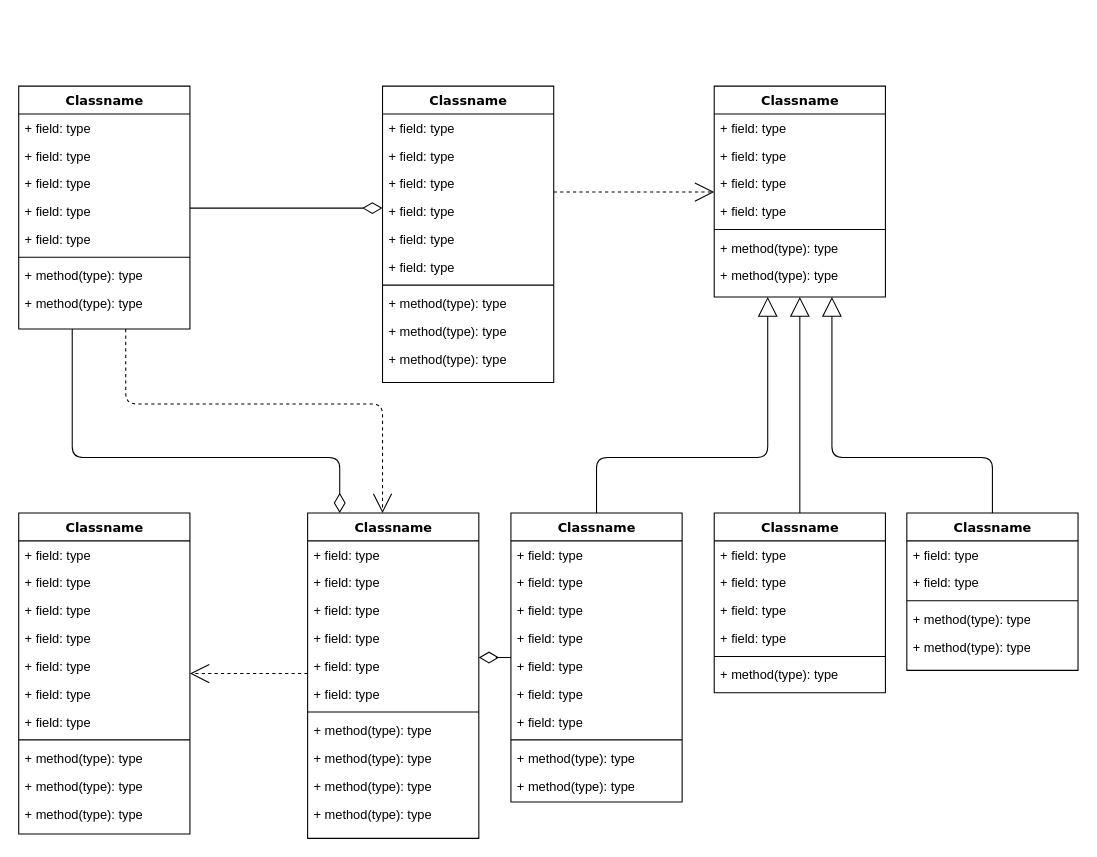
Above: resources/Untitled Diagram.drawio in slametsampon/cmms-oxo (draw.io), before the change. Source tidied: cells renumbered, new cells numbered last; positions are measured from the earlier drawing's top-left corner, leaving out a move shared by most shapes. Both pictures are drawn from the tidied source at 107%, with x=0, y=0 at pixel (18, 86).
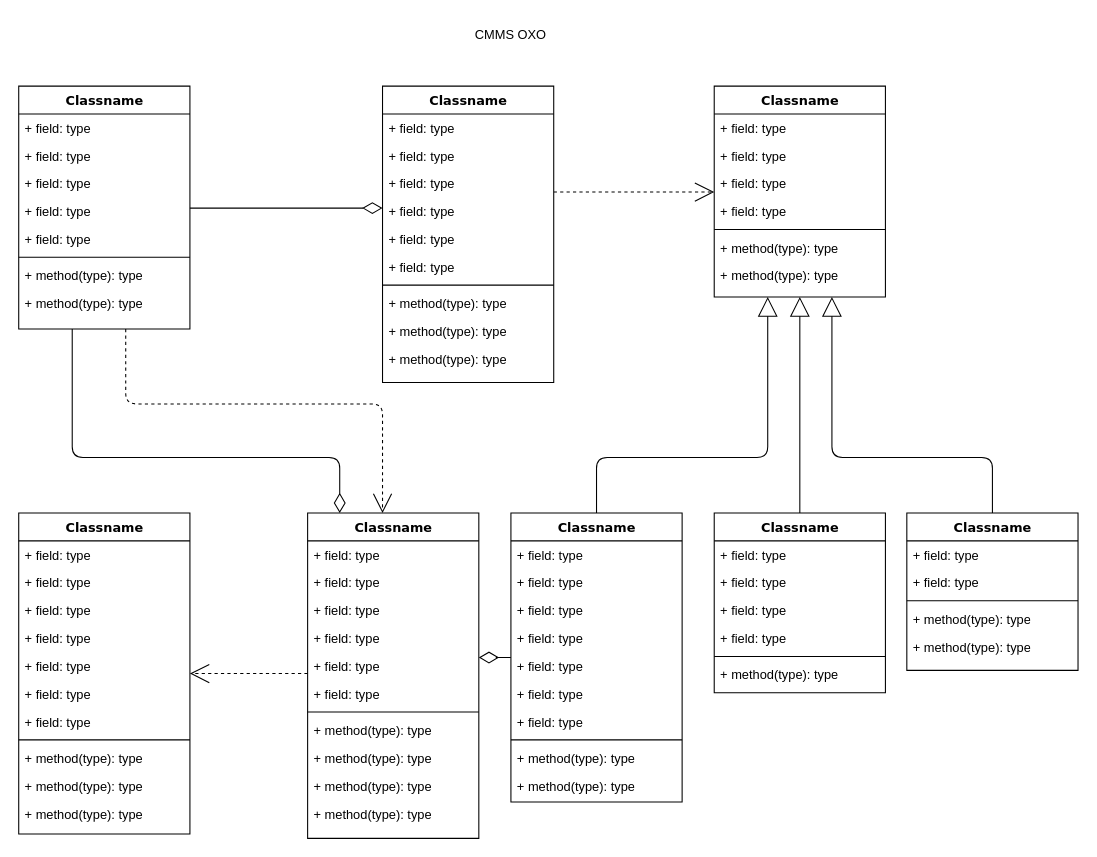
After the change.

The edit, as a diff of the source:
```diff
@@
+    <mxCell id="87" value="CMMS OXO" style="text;html=1;strokeColor=none;fillColor=none;align=center;verticalAlign=middle;whiteSpace=wrap;rounded=0;" parent="1" vertex="1">
+      <mxGeometry x="405" y="-63" width="110" height="30" as="geometry" />
+    </mxCell>
```
